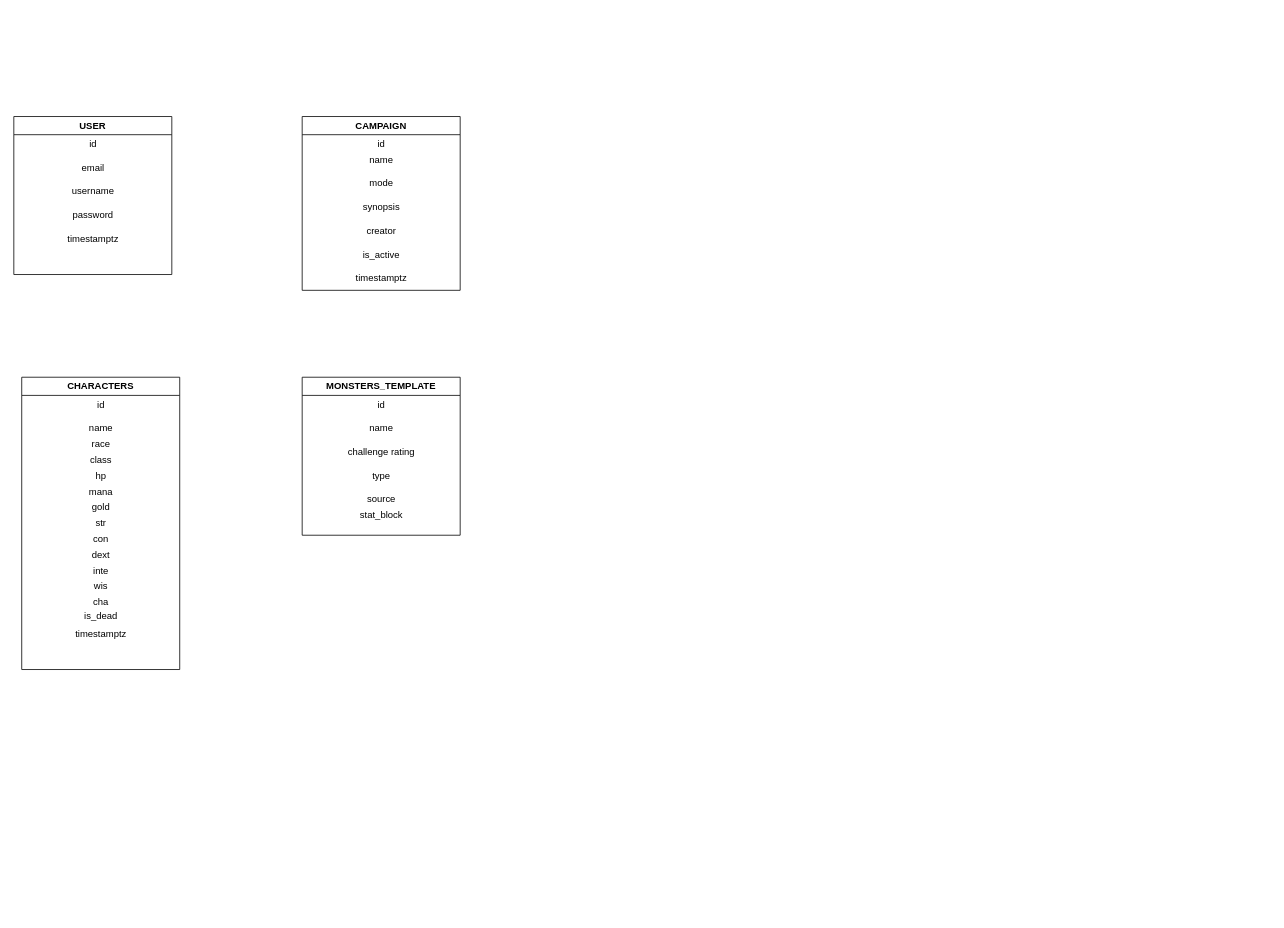
Earlier version of the draw.io diagram DOCS/bdd.drawio (Kerdjadjreda/Dungeons-and-Dragons). Source tidied: cells renumbered, new cells numbered last; positions are measured from the earlier drawing's top-left corner, leaving out a move shared by most shapes. Both pictures are drawn from the tidied source at 79%, with x=0, y=0 at pixel (13, 116).
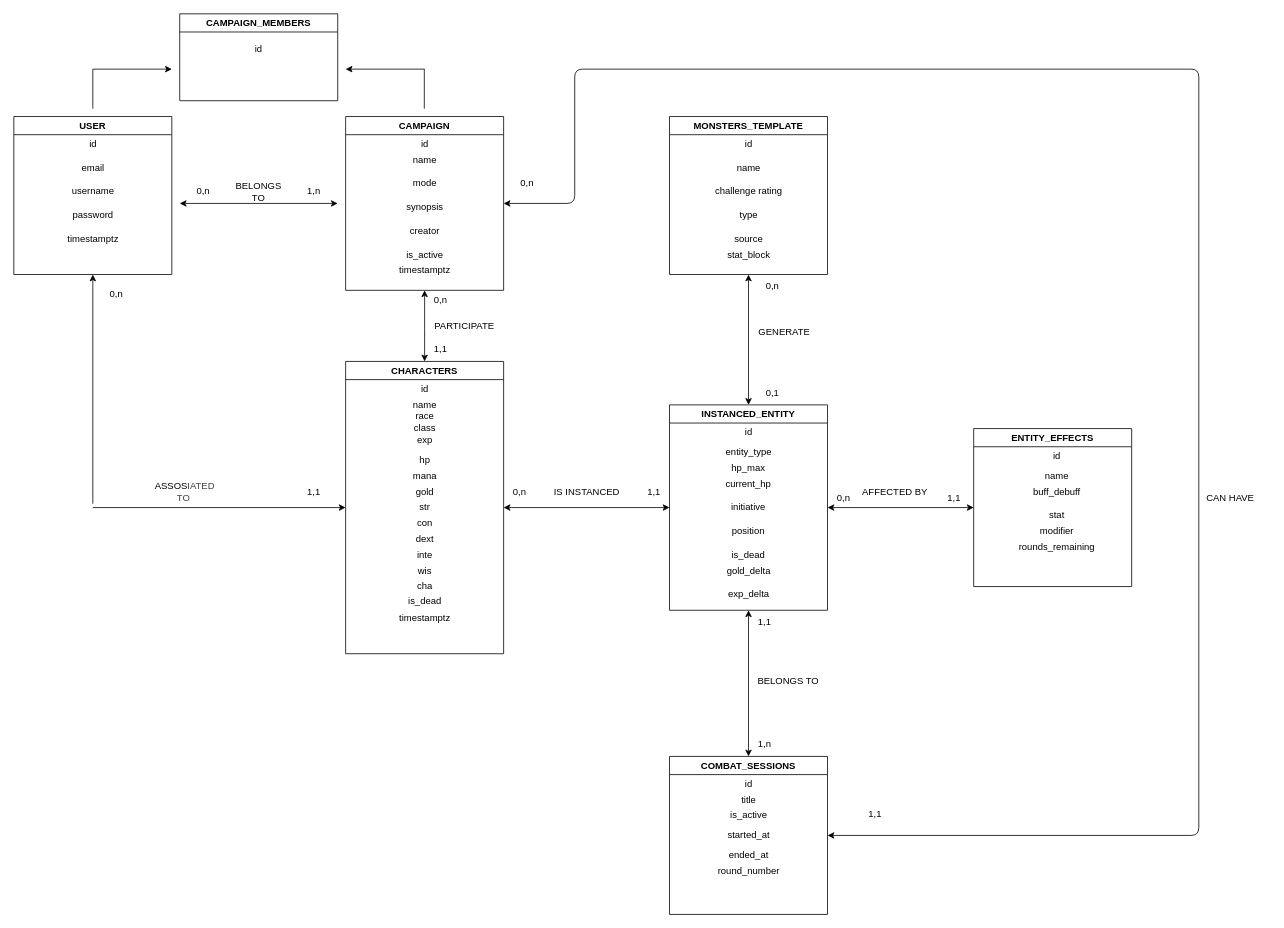
After the change.

Commit message (it also covers changes not shown here):
logique MCD V1 complète

Unchanged cells that the change refers to:
```xml
<mxCell id="2" value="USER" style="swimlane;whiteSpace=wrap;html=1;" parent="1" vertex="1">
  <mxGeometry width="200" height="200" as="geometry" />
</mxCell>
```

Diff of the diagram source:
```diff
@@
     <mxCell id="8" value="CAMPAIGN" style="swimlane;whiteSpace=wrap;html=1;" parent="1" vertex="1">
-      <mxGeometry x="365" width="200" height="220" as="geometry" />
+      <mxGeometry x="420" width="200" height="220" as="geometry" />
     </mxCell>
@@
     <mxCell id="14" value="timestamptz" style="text;html=1;align=center;verticalAlign=middle;strokeColor=none;fillColor=none;" parent="8" vertex="1">
-      <mxGeometry x="55" y="190" width="90" height="30" as="geometry" />
+      <mxGeometry x="55" y="180" width="90" height="30" as="geometry" />
     </mxCell>
@@
     <mxCell id="16" value="MONSTERS_TEMPLATE" style="swimlane;whiteSpace=wrap;html=1;" parent="1" vertex="1">
-      <mxGeometry x="365" y="330" width="200" height="200" as="geometry" />
+      <mxGeometry x="830" width="200" height="200" as="geometry" />
     </mxCell>
@@
     <mxCell id="23" value="CHARACTERS" style="swimlane;whiteSpace=wrap;html=1;" parent="1" vertex="1">
-      <mxGeometry x="10" y="330" width="200" height="370" as="geometry" />
+      <mxGeometry x="420" y="310" width="200" height="370" as="geometry" />
     </mxCell>
     <mxCell id="24" value="name" style="text;html=1;align=center;verticalAlign=middle;strokeColor=none;fillColor=none;" parent="23" vertex="1">
-      <mxGeometry x="75" y="50" width="50" height="30" as="geometry" />
+      <mxGeometry x="75" y="40" width="50" height="30" as="geometry" />
     </mxCell>
     <mxCell id="25" value="race" style="text;html=1;align=center;verticalAlign=middle;strokeColor=none;fillColor=none;" parent="23" vertex="1">
-      <mxGeometry x="75" y="70" width="50" height="30" as="geometry" />
+      <mxGeometry x="75" y="55" width="50" height="30" as="geometry" />
     </mxCell>
     <mxCell id="26" value="class" style="text;html=1;align=center;verticalAlign=middle;strokeColor=none;fillColor=none;" parent="23" vertex="1">
-      <mxGeometry x="75" y="90" width="50" height="30" as="geometry" />
+      <mxGeometry x="75" y="70" width="50" height="30" as="geometry" />
     </mxCell>
@@
+    <mxCell id="39" value="exp" style="text;html=1;align=center;verticalAlign=middle;strokeColor=none;fillColor=none;" parent="23" vertex="1">
+      <mxGeometry x="80" y="85" width="40" height="30" as="geometry" />
+    </mxCell>
+    <mxCell id="40" style="endArrow=classic;startArrow=classic;html=1;" parent="1" edge="1">
+      <mxGeometry relative="1" as="geometry">
+        <mxPoint x="210" y="110" as="sourcePoint" />
+        <mxPoint x="410" y="110" as="targetPoint" />
+      </mxGeometry>
+    </mxCell>
+    <mxCell id="41" style="endArrow=classic;startArrow=classic;html=1;exitX=0.5;exitY=0;exitDx=0;exitDy=0;entryX=0.5;entryY=1;entryDx=0;entryDy=0;" parent="1" edge="1" source="23" target="8">
+      <mxGeometry relative="1" as="geometry">
+        <Array as="points">
+          <mxPoint x="520" y="260" />
+        </Array>
+      </mxGeometry>
+    </mxCell>
+    <mxCell id="42" value="CAMPAIGN_MEMBERS" style="swimlane;whiteSpace=wrap;html=1;" parent="1" vertex="1">
+      <mxGeometry x="210" y="-130" width="200" height="110" as="geometry" />
+    </mxCell>
+    <mxCell id="43" value="id" style="text;html=1;align=center;verticalAlign=middle;whiteSpace=wrap;rounded=0;" parent="42" vertex="1">
+      <mxGeometry x="70" y="30" width="60" height="30" as="geometry" />
+    </mxCell>
+    <mxCell id="44" value="0,n" style="text;html=1;align=center;verticalAlign=middle;whiteSpace=wrap;rounded=0;" parent="1" vertex="1">
+      <mxGeometry x="210" y="80" width="60" height="30" as="geometry" />
+    </mxCell>
+    <mxCell id="45" value="1,n" style="text;html=1;align=center;verticalAlign=middle;whiteSpace=wrap;rounded=0;" parent="1" vertex="1">
+      <mxGeometry x="350" y="80" width="60" height="30" as="geometry" />
+    </mxCell>
+    <mxCell id="46" value="BELONGS TO" style="text;html=1;align=center;verticalAlign=middle;whiteSpace=wrap;rounded=0;" parent="1" vertex="1">
+      <mxGeometry x="280" y="80" width="60" height="30" as="geometry" />
+    </mxCell>
+    <mxCell id="47" style="endArrow=none;html=1;" parent="1" edge="1">
+      <mxGeometry relative="1" as="geometry">
+        <mxPoint x="100" y="-60" as="sourcePoint" />
+        <mxPoint x="100" y="-10" as="targetPoint" />
+      </mxGeometry>
+    </mxCell>
+    <mxCell id="48" style="endArrow=none;html=1;" parent="1" edge="1">
+      <mxGeometry relative="1" as="geometry">
+        <mxPoint x="519.6" y="-60" as="sourcePoint" />
+        <mxPoint x="519.6" y="-10" as="targetPoint" />
+      </mxGeometry>
+    </mxCell>
+    <mxCell id="49" style="endArrow=classic;html=1;" parent="1" edge="1">
+      <mxGeometry relative="1" as="geometry">
+        <mxPoint x="100" y="-60" as="sourcePoint" />
+        <mxPoint x="200" y="-60" as="targetPoint" />
+      </mxGeometry>
+    </mxCell>
+    <mxCell id="50" style="endArrow=classic;html=1;" parent="1" edge="1">
+      <mxGeometry relative="1" as="geometry">
+        <mxPoint x="520" y="-60" as="sourcePoint" />
+        <mxPoint x="420" y="-60" as="targetPoint" />
+      </mxGeometry>
+    </mxCell>
+    <mxCell id="51" value="INSTANCED_ENTITY" style="swimlane;whiteSpace=wrap;html=1;" parent="1" vertex="1">
+      <mxGeometry x="830" y="365" width="200" height="260" as="geometry" />
+    </mxCell>
+    <mxCell id="52" value="current_hp" style="text;html=1;align=center;verticalAlign=middle;whiteSpace=wrap;rounded=0;" parent="51" vertex="1">
+      <mxGeometry x="70" y="85" width="60" height="30" as="geometry" />
+    </mxCell>
+    <mxCell id="53" value="hp_max" style="text;html=1;align=center;verticalAlign=middle;whiteSpace=wrap;rounded=0;" parent="51" vertex="1">
+      <mxGeometry x="70" y="65" width="60" height="30" as="geometry" />
+    </mxCell>
+    <mxCell id="54" value="initiative" style="text;html=1;align=center;verticalAlign=middle;whiteSpace=wrap;rounded=0;" parent="51" vertex="1">
+      <mxGeometry x="70" y="115" width="60" height="30" as="geometry" />
+    </mxCell>
+    <mxCell id="55" value="position" style="text;html=1;align=center;verticalAlign=middle;whiteSpace=wrap;rounded=0;" parent="51" vertex="1">
+      <mxGeometry x="70" y="145" width="60" height="30" as="geometry" />
+    </mxCell>
+    <mxCell id="56" value="is_dead" style="text;html=1;align=center;verticalAlign=middle;whiteSpace=wrap;rounded=0;" parent="51" vertex="1">
+      <mxGeometry x="70" y="175" width="60" height="30" as="geometry" />
+    </mxCell>
+    <mxCell id="57" value="gold_delta" style="text;html=1;align=center;verticalAlign=middle;strokeColor=none;fillColor=none;" parent="51" vertex="1">
+      <mxGeometry x="60" y="195" width="80" height="30" as="geometry" />
+    </mxCell>
+    <mxCell id="58" value="exp_delta" style="text;html=1;align=center;verticalAlign=middle;strokeColor=none;fillColor=none;" parent="51" vertex="1">
+      <mxGeometry x="60" y="225" width="80" height="30" as="geometry" />
+    </mxCell>
+    <mxCell id="59" value="id" style="text;html=1;align=center;verticalAlign=middle;strokeColor=none;fillColor=none;" parent="51" vertex="1">
+      <mxGeometry x="85" y="20" width="30" height="30" as="geometry" />
+    </mxCell>
+    <mxCell id="60" value="entity_type" style="text;html=1;align=center;verticalAlign=middle;strokeColor=none;fillColor=none;" parent="51" vertex="1">
+      <mxGeometry x="60" y="45" width="80" height="30" as="geometry" />
+    </mxCell>
+    <mxCell id="61" style="endArrow=classic;html=1;entryX=0;entryY=0.5;entryDx=0;entryDy=0;" parent="1" edge="1" target="23">
+      <mxGeometry relative="1" as="geometry">
+        <mxPoint x="100" y="495" as="sourcePoint" />
+      </mxGeometry>
+    </mxCell>
+    <mxCell id="62" style="endArrow=classic;html=1;entryX=0.5;entryY=1;entryDx=0;entryDy=0;" parent="1" edge="1" target="2">
+      <mxGeometry relative="1" as="geometry">
+        <mxPoint x="100" y="490" as="sourcePoint" />
+      </mxGeometry>
+    </mxCell>
+    <mxCell id="63" value="&amp;nbsp;ASSOS&lt;span style=&quot;color: rgb(63, 63, 63); background-color: transparent;&quot;&gt;IATED TO&lt;/span&gt;" style="text;html=1;align=center;verticalAlign=middle;whiteSpace=wrap;rounded=0;" parent="1" vertex="1">
+      <mxGeometry x="180" y="460" width="70" height="30" as="geometry" />
+    </mxCell>
+    <mxCell id="64" value="1,1" style="text;html=1;align=center;verticalAlign=middle;whiteSpace=wrap;rounded=0;" parent="1" vertex="1">
+      <mxGeometry x="350" y="460" width="60" height="30" as="geometry" />
+    </mxCell>
+    <mxCell id="65" value="0,n" style="text;html=1;align=center;verticalAlign=middle;whiteSpace=wrap;rounded=0;" parent="1" vertex="1">
+      <mxGeometry x="100" y="210" width="60" height="30" as="geometry" />
+    </mxCell>
+    <mxCell id="66" value="COMBAT_SESSIONS" style="swimlane;whiteSpace=wrap;html=1;" parent="1" vertex="1">
+      <mxGeometry x="830" y="810" width="200" height="200" as="geometry" />
+    </mxCell>
+    <mxCell id="67" value="title" style="text;html=1;align=center;verticalAlign=middle;strokeColor=none;fillColor=none;" parent="66" vertex="1">
+      <mxGeometry x="80" y="40" width="40" height="30" as="geometry" />
+    </mxCell>
+    <mxCell id="68" value="is_active" style="text;html=1;align=center;verticalAlign=middle;strokeColor=none;fillColor=none;" parent="66" vertex="1">
+      <mxGeometry x="65" y="60" width="70" height="30" as="geometry" />
+    </mxCell>
+    <mxCell id="69" value="started_at" style="text;html=1;align=center;verticalAlign=middle;strokeColor=none;fillColor=none;" parent="66" vertex="1">
+      <mxGeometry x="60" y="85" width="80" height="30" as="geometry" />
+    </mxCell>
+    <mxCell id="70" value="ended_at" style="text;html=1;align=center;verticalAlign=middle;strokeColor=none;fillColor=none;" parent="66" vertex="1">
+      <mxGeometry x="65" y="110" width="70" height="30" as="geometry" />
+    </mxCell>
+    <mxCell id="71" value="round_number" style="text;html=1;align=center;verticalAlign=middle;strokeColor=none;fillColor=none;" parent="66" vertex="1">
+      <mxGeometry x="50" y="130" width="100" height="30" as="geometry" />
+    </mxCell>
+    <mxCell id="72" value="id" style="text;html=1;align=center;verticalAlign=middle;strokeColor=none;fillColor=none;" parent="66" vertex="1">
+      <mxGeometry x="85" y="20" width="30" height="30" as="geometry" />
+    </mxCell>
+    <mxCell id="73" value="ENTITY_EFFECTS" style="swimlane;whiteSpace=wrap;html=1;startSize=23;" parent="1" vertex="1">
+      <mxGeometry x="1215" y="395" width="200" height="200" as="geometry" />
+    </mxCell>
+    <mxCell id="74" value="id" style="text;html=1;align=center;verticalAlign=middle;strokeColor=none;fillColor=none;" parent="73" vertex="1">
+      <mxGeometry x="90" y="20" width="30" height="30" as="geometry" />
+    </mxCell>
+    <mxCell id="75" value="stat" style="text;html=1;align=center;verticalAlign=middle;strokeColor=none;fillColor=none;" parent="73" vertex="1">
+      <mxGeometry x="85" y="95" width="40" height="30" as="geometry" />
+    </mxCell>
+    <mxCell id="76" value="modifier" style="text;html=1;align=center;verticalAlign=middle;strokeColor=none;fillColor=none;" parent="73" vertex="1">
+      <mxGeometry x="70" y="115" width="70" height="30" as="geometry" />
+    </mxCell>
+    <mxCell id="77" value="name" style="text;html=1;align=center;verticalAlign=middle;strokeColor=none;fillColor=none;" parent="73" vertex="1">
+      <mxGeometry x="80" y="45" width="50" height="30" as="geometry" />
+    </mxCell>
+    <mxCell id="78" value="buff_debuff" style="text;html=1;align=center;verticalAlign=middle;strokeColor=none;fillColor=none;" parent="73" vertex="1">
+      <mxGeometry x="65" y="65" width="80" height="30" as="geometry" />
+    </mxCell>
+    <mxCell id="79" value="rounds_remaining" style="text;html=1;align=center;verticalAlign=middle;strokeColor=none;fillColor=none;" parent="73" vertex="1">
+      <mxGeometry x="45" y="135" width="120" height="30" as="geometry" />
+    </mxCell>
+    <mxCell id="80" style="endArrow=classic;startArrow=classic;html=1;entryX=1;entryY=0.5;entryDx=0;entryDy=0;exitX=0;exitY=0.5;exitDx=0;exitDy=0;" parent="1" edge="1" source="73" target="51">
+      <mxGeometry relative="1" as="geometry" />
+    </mxCell>
+    <mxCell id="81" style="endArrow=classic;startArrow=classic;html=1;entryX=0;entryY=0.5;entryDx=0;entryDy=0;exitX=1;exitY=0.5;exitDx=0;exitDy=0;" parent="1" edge="1" source="23" target="51">
+      <mxGeometry relative="1" as="geometry" />
+    </mxCell>
+    <mxCell id="82" style="endArrow=classic;startArrow=classic;html=1;exitX=0.5;exitY=0;exitDx=0;exitDy=0;entryX=0.5;entryY=1;entryDx=0;entryDy=0;" parent="1" edge="1" source="66" target="51">
+      <mxGeometry relative="1" as="geometry" />
+    </mxCell>
+    <mxCell id="83" style="endArrow=classic;startArrow=classic;html=1;entryX=0.5;entryY=1;entryDx=0;entryDy=0;exitX=0.5;exitY=0;exitDx=0;exitDy=0;" parent="1" edge="1" source="51" target="16">
+      <mxGeometry relative="1" as="geometry" />
+    </mxCell>
+    <mxCell id="84" value="1,n" style="text;html=1;align=center;verticalAlign=middle;strokeColor=none;fillColor=none;" parent="1" vertex="1">
+      <mxGeometry x="930" y="780" width="40" height="30" as="geometry" />
+    </mxCell>
+    <mxCell id="85" value="1,1" style="text;html=1;align=center;verticalAlign=middle;strokeColor=none;fillColor=none;" parent="1" vertex="1">
+      <mxGeometry x="930" y="625" width="40" height="30" as="geometry" />
+    </mxCell>
+    <mxCell id="86" value="BELONGS TO" style="text;html=1;align=center;verticalAlign=middle;strokeColor=none;fillColor=none;" parent="1" vertex="1">
+      <mxGeometry x="930" y="700" width="100" height="30" as="geometry" />
+    </mxCell>
+    <mxCell id="87" value="0,n" style="text;html=1;align=center;verticalAlign=middle;strokeColor=none;fillColor=none;" parent="1" vertex="1">
+      <mxGeometry x="940" y="200" width="40" height="30" as="geometry" />
+    </mxCell>
+    <mxCell id="88" value="0,1" style="text;html=1;align=center;verticalAlign=middle;strokeColor=none;fillColor=none;" parent="1" vertex="1">
+      <mxGeometry x="940" y="335" width="40" height="30" as="geometry" />
+    </mxCell>
+    <mxCell id="89" value="0,n" style="text;html=1;align=center;verticalAlign=middle;strokeColor=none;fillColor=none;" parent="1" vertex="1">
+      <mxGeometry x="620" y="460" width="40" height="30" as="geometry" />
+    </mxCell>
+    <mxCell id="90" value="1,1" style="text;html=1;align=center;verticalAlign=middle;strokeColor=none;fillColor=none;" parent="1" vertex="1">
+      <mxGeometry x="790" y="460" width="40" height="30" as="geometry" />
+    </mxCell>
+    <mxCell id="91" value="0,n" style="text;html=1;align=center;verticalAlign=middle;strokeColor=none;fillColor=none;" parent="1" vertex="1">
+      <mxGeometry x="1030" y="468" width="40" height="30" as="geometry" />
+    </mxCell>
+    <mxCell id="92" value="1,1" style="text;html=1;align=center;verticalAlign=middle;strokeColor=none;fillColor=none;" parent="1" vertex="1">
+      <mxGeometry x="1170" y="468" width="40" height="30" as="geometry" />
+    </mxCell>
+    <mxCell id="93" value="0,n" style="text;html=1;align=center;verticalAlign=middle;strokeColor=none;fillColor=none;" parent="1" vertex="1">
+      <mxGeometry x="520" y="218" width="40" height="30" as="geometry" />
+    </mxCell>
+    <mxCell id="94" value="1,1" style="text;html=1;align=center;verticalAlign=middle;strokeColor=none;fillColor=none;" parent="1" vertex="1">
+      <mxGeometry x="520" y="280" width="40" height="30" as="geometry" />
+    </mxCell>
+    <mxCell id="95" value="PARTICIPATE" style="text;html=1;align=center;verticalAlign=middle;strokeColor=none;fillColor=none;" parent="1" vertex="1">
+      <mxGeometry x="520" y="250" width="100" height="30" as="geometry" />
+    </mxCell>
+    <mxCell id="96" value="GENERATE" style="text;html=1;align=center;verticalAlign=middle;strokeColor=none;fillColor=none;" parent="1" vertex="1">
+      <mxGeometry x="930" y="258" width="90" height="30" as="geometry" />
+    </mxCell>
+    <mxCell id="97" value="AFFECTED BY" style="text;html=1;align=center;verticalAlign=middle;strokeColor=none;fillColor=none;" parent="1" vertex="1">
+      <mxGeometry x="1060" y="460" width="110" height="30" as="geometry" />
+    </mxCell>
+    <mxCell id="98" value="IS INSTANCED" style="text;html=1;align=center;verticalAlign=middle;strokeColor=none;fillColor=none;" parent="1" vertex="1">
+      <mxGeometry x="670" y="460" width="110" height="30" as="geometry" />
+    </mxCell>
+    <mxCell id="99" style="endArrow=classic;startArrow=classic;html=1;exitX=1;exitY=0.5;exitDx=0;exitDy=0;entryX=1;entryY=0.5;entryDx=0;entryDy=0;" parent="1" edge="1" source="8" target="66">
+      <mxGeometry relative="1" as="geometry">
+        <Array as="points">
+          <mxPoint x="710" y="110" />
+          <mxPoint x="710" y="-60" />
+          <mxPoint x="1500" y="-60" />
+          <mxPoint x="1500" y="910" />
+        </Array>
+      </mxGeometry>
+    </mxCell>
+    <mxCell id="100" value="0,n" style="text;html=1;align=center;verticalAlign=middle;whiteSpace=wrap;rounded=0;" parent="1" vertex="1">
+      <mxGeometry x="620" y="70" width="60" height="30" as="geometry" />
+    </mxCell>
+    <mxCell id="101" value="1,1" style="text;html=1;align=center;verticalAlign=middle;strokeColor=none;fillColor=none;" parent="1" vertex="1">
+      <mxGeometry x="1070" y="868" width="40" height="30" as="geometry" />
+    </mxCell>
+    <mxCell id="102" value="CAN HAVE" style="text;html=1;align=center;verticalAlign=middle;whiteSpace=wrap;rounded=0;" parent="1" vertex="1">
+      <mxGeometry x="1490" y="468" width="100" height="30" as="geometry" />
+    </mxCell>
```
